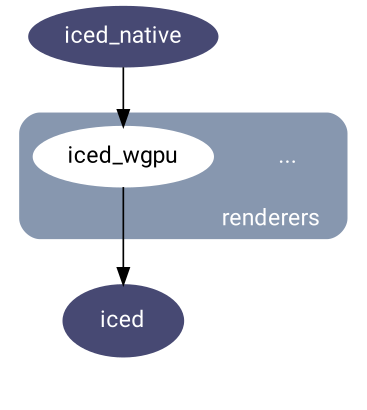
Above: docs/graphs/wgpu.png in iced-rs/iced (Graphviz), before the change. Its source is kept beside it as docs/graphs/wgpu.dot.
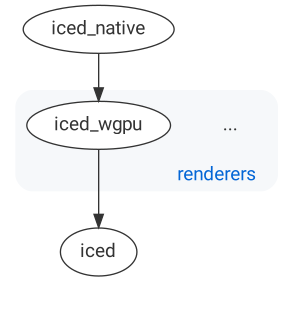
The same diagram one commit later.

Diff of the diagram source:
```diff
@@ -1,19 +1,19 @@
 digraph G {
   fontname = "Roboto";
   newrank=true;
-  node[fontname = "Roboto", style=filled, fontcolor=white, color="#474973"];
+  node[fontname = "Roboto", style="filled", fontcolor="#333333", fillcolor=white, color="#333333"];
+  edge[color="#333333"];
 
   subgraph cluster_1 {
     label = "renderers  ";
     labelloc = "b";
     labeljust = "r";
-    fontcolor = "#ffffff";
-    color="#8797AF";
-    bgcolor="#8797AF";
+    fontcolor = "#0366d6";
+    color="#f6f8fa";
+    bgcolor="#f6f8fa";
     style=rounded;
-    node [fillcolor=white, color=white, fontcolor=black];
 
-    etc_1 [label="...", style=empty, shape=none, fontcolor=white];
+    etc_1 [label="...", style=solid, shape=none];
     iced_wgpu;
   }
 
@@ -28,6 +28,4 @@
   iced_native -> iced_wgpu;
 
   iced_wgpu -> iced;
-
-  iced [width=1, height=0.6, style="filled", fontcolor=white, color="#474973"];
 }
```
